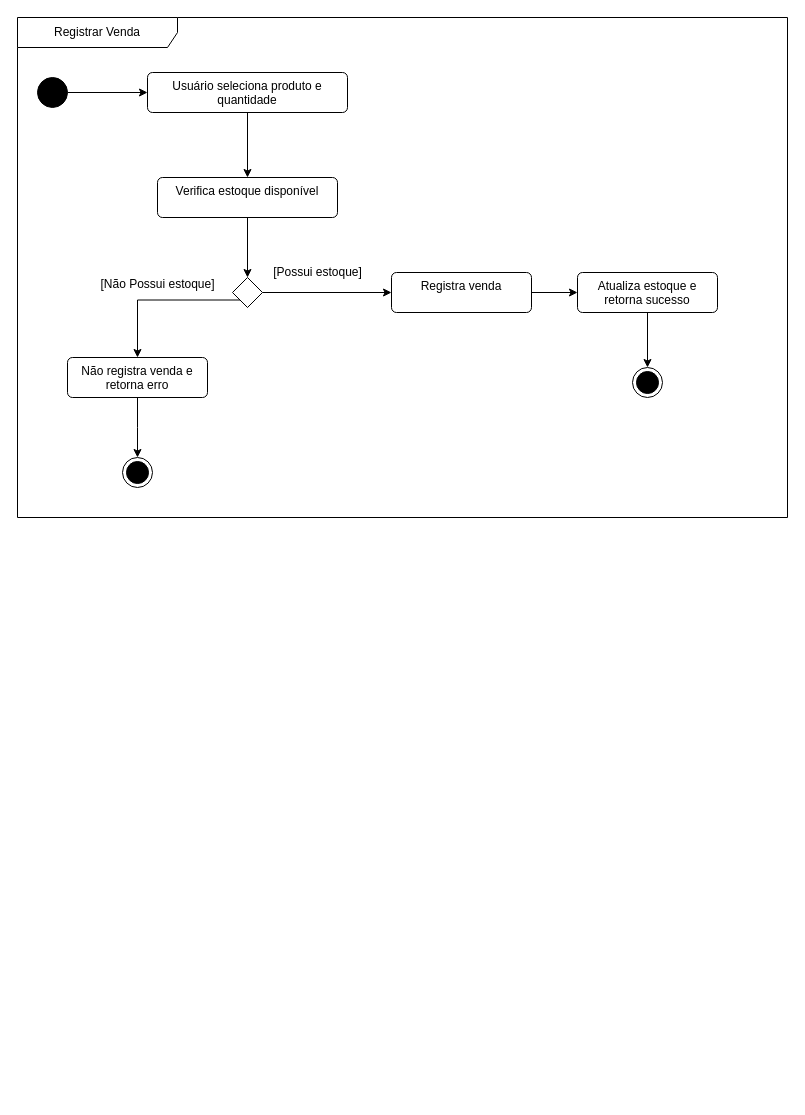
This is docs/activity diagram/AD.drawio from K0R0B0R0S/aps2-blackboard, a draw.io file, before an edit. Source tidied: cells renumbered, new cells numbered last; positions are measured from the earlier drawing's top-left corner, leaving out a move shared by most shapes. Both pictures are drawn from the tidied source at 100%, with x=0, y=0 at pixel (17, 17).
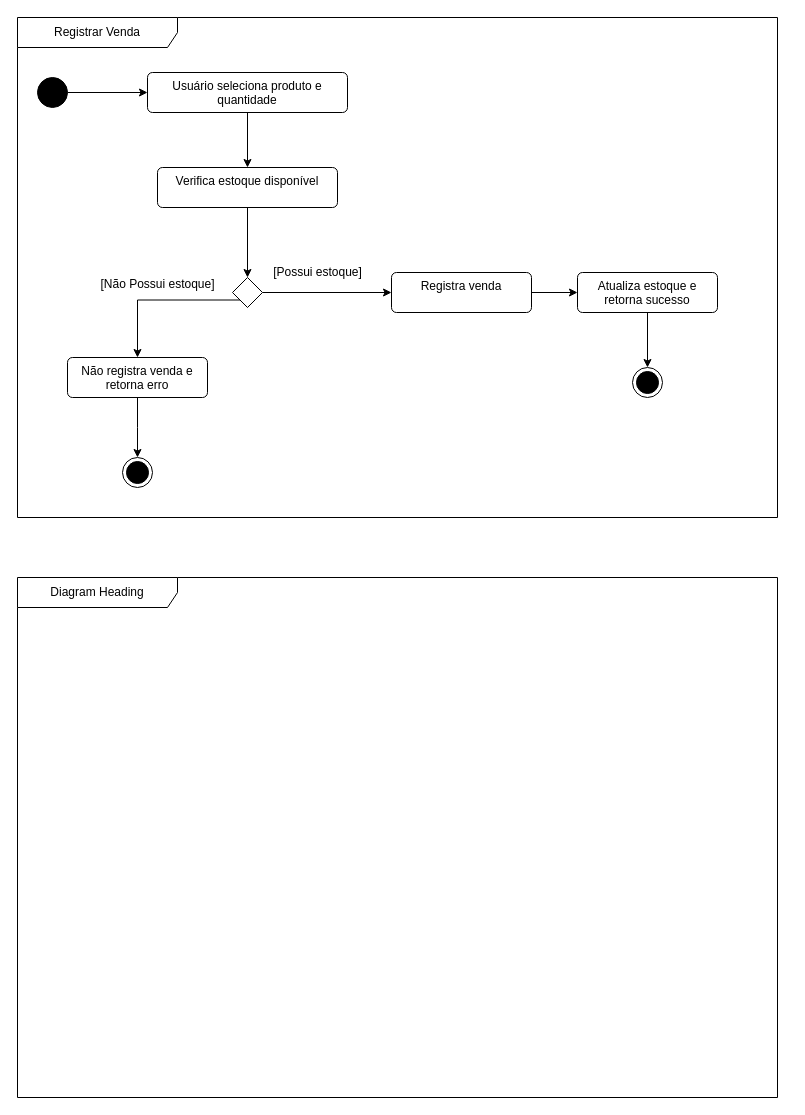
After the change.

Change to the diagram source:
```diff
@@
     <mxCell id="2" value="Registrar Venda" style="shape=umlFrame;whiteSpace=wrap;html=1;width=160;" parent="1" vertex="1">
-      <mxGeometry width="770" height="500" as="geometry" />
+      <mxGeometry width="760" height="500" as="geometry" />
     </mxCell>
@@
     <mxCell id="6" value="Verifica estoque disponível" style="html=1;align=center;verticalAlign=top;rounded=1;absoluteArcSize=1;arcSize=10;dashed=0;whiteSpace=wrap;" parent="2" vertex="1">
-      <mxGeometry x="140" y="160" width="180" height="40" as="geometry" />
+      <mxGeometry x="140" y="150" width="180" height="40" as="geometry" />
     </mxCell>
@@
+    <mxCell id="22" value="Diagram Heading" style="shape=umlFrame;whiteSpace=wrap;html=1;width=160;" parent="1" vertex="1">
+      <mxGeometry y="560" width="760" height="520" as="geometry" />
+    </mxCell>
```
